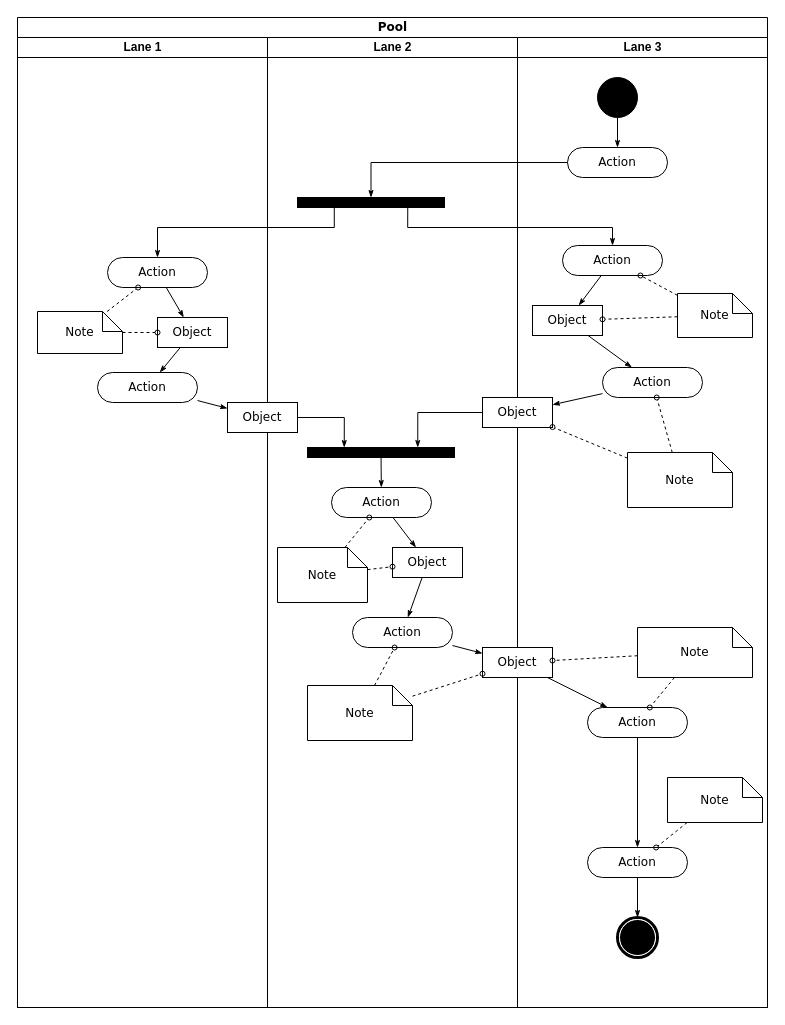
tatho-97/Thi-t-k-v-m-h-nh-h-a-ph-n-m-m keeps this draw.io diagram as Untitled Diagram.drawio. Above is the earlier version. Source tidied: cells renumbered, new cells numbered last; positions are measured from the earlier drawing's top-left corner, leaving out a move shared by most shapes. Both pictures are drawn from the tidied source at 100%, with x=0, y=0 at pixel (17, 17).
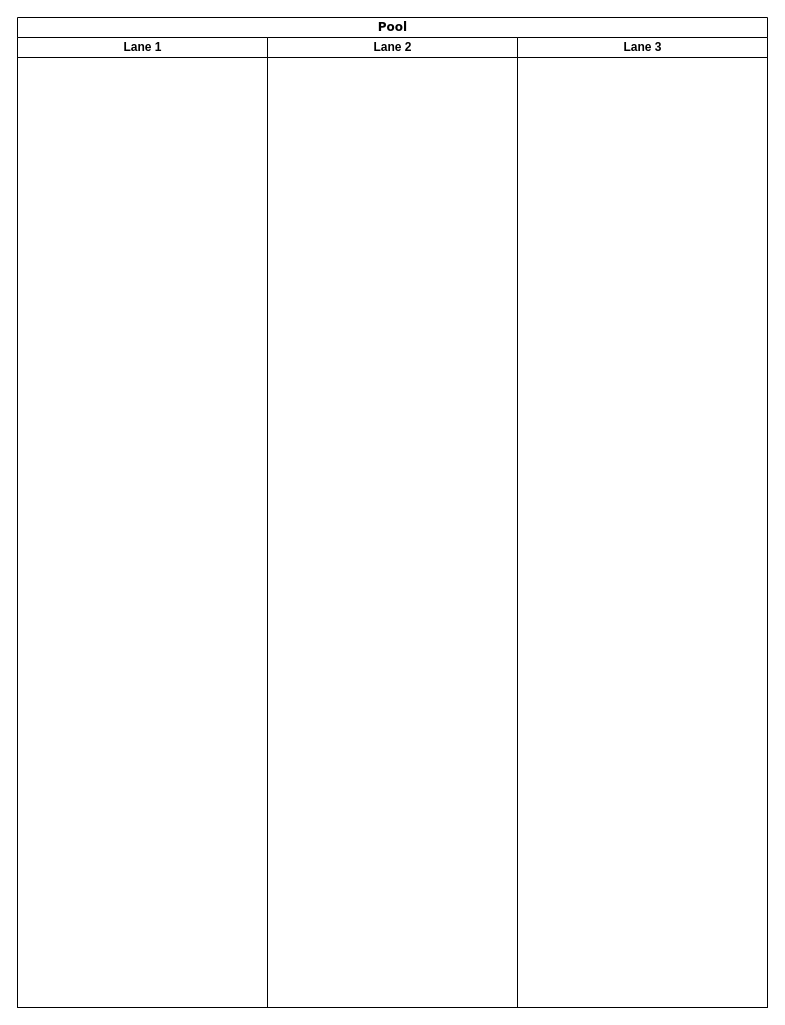
The same diagram, later.

The change refers to these unchanged cells:
```xml
<mxCell id="2" value="Pool" style="swimlane;html=1;startSize=20;rounded=0;shadow=0;comic=0;labelBackgroundColor=none;strokeWidth=1;fontFamily=Verdana;fontSize=12;align=center;" parent="1" vertex="1">
  <mxGeometry width="750" height="990" as="geometry" />
</mxCell>
<mxCell id="3" value="Lane 1" style="swimlane;html=1;startSize=20;" parent="2" vertex="1">
  <mxGeometry y="20" width="250" height="970" as="geometry" />
</mxCell>
<mxCell id="12" value="Lane 2" style="swimlane;html=1;startSize=20;" parent="2" vertex="1">
  <mxGeometry x="250" y="20" width="250" height="970" as="geometry" />
</mxCell>
<mxCell id="28" value="Lane 3" style="swimlane;html=1;startSize=20;" parent="2" vertex="1">
  <mxGeometry x="500" y="20" width="250" height="970" as="geometry" />
</mxCell>
```

The edit, as a diff of the source:
```diff
@@
-    <mxCell id="4" style="edgeStyle=none;rounded=0;html=1;labelBackgroundColor=none;startArrow=none;startFill=0;startSize=5;endArrow=classicThin;endFill=1;endSize=5;jettySize=auto;strokeWidth=1;fontFamily=Verdana;fontSize=12;" parent="3" edge="1" source="5" target="8">
-      <mxGeometry relative="1" as="geometry" />
-    </mxCell>
-    <mxCell id="5" value="Action" style="rounded=1;whiteSpace=wrap;html=1;shadow=0;comic=0;labelBackgroundColor=none;strokeWidth=1;fontFamily=Verdana;fontSize=12;align=center;arcSize=50;" parent="3" vertex="1">
-      <mxGeometry x="90" y="220" width="100" height="30" as="geometry" />
-    </mxCell>
-    <mxCell id="6" value="Action" style="rounded=1;whiteSpace=wrap;html=1;shadow=0;comic=0;labelBackgroundColor=none;strokeWidth=1;fontFamily=Verdana;fontSize=12;align=center;arcSize=50;" parent="3" vertex="1">
-      <mxGeometry x="80" y="335" width="100" height="30" as="geometry" />
-    </mxCell>
-    <mxCell id="7" style="edgeStyle=none;rounded=0;html=1;labelBackgroundColor=none;startArrow=none;startFill=0;startSize=5;endArrow=classicThin;endFill=1;endSize=5;jettySize=auto;strokeWidth=1;fontFamily=Verdana;fontSize=12;" parent="3" edge="1" source="8" target="6">
-      <mxGeometry relative="1" as="geometry" />
-    </mxCell>
-    <mxCell id="8" value="Object" style="rounded=0;whiteSpace=wrap;html=1;shadow=0;comic=0;labelBackgroundColor=none;strokeWidth=1;fontFamily=Verdana;fontSize=12;align=center;arcSize=50;" parent="3" vertex="1">
-      <mxGeometry x="140" y="280" width="70" height="30" as="geometry" />
-    </mxCell>
-    <mxCell id="9" style="edgeStyle=none;rounded=0;html=1;labelBackgroundColor=none;startArrow=none;startFill=0;startSize=5;endArrow=oval;endFill=0;endSize=5;jettySize=auto;strokeWidth=1;fontFamily=Verdana;fontSize=12;dashed=1;" parent="3" edge="1" source="11" target="5">
-      <mxGeometry relative="1" as="geometry" />
-    </mxCell>
-    <mxCell id="10" style="edgeStyle=none;rounded=0;html=1;dashed=1;labelBackgroundColor=none;startArrow=none;startFill=0;startSize=5;endArrow=oval;endFill=0;endSize=5;jettySize=auto;strokeWidth=1;fontFamily=Verdana;fontSize=12;" parent="3" edge="1" source="11" target="8">
-      <mxGeometry relative="1" as="geometry" />
-    </mxCell>
-    <mxCell id="11" value="Note" style="shape=note;whiteSpace=wrap;html=1;rounded=0;shadow=0;comic=0;labelBackgroundColor=none;strokeWidth=1;fontFamily=Verdana;fontSize=12;align=center;size=20;" parent="3" vertex="1">
-      <mxGeometry x="20" y="274" width="85" height="42" as="geometry" />
-    </mxCell>
@@
-    <mxCell id="13" style="whiteSpace=wrap;html=1;rounded=0;shadow=0;comic=0;labelBackgroundColor=none;strokeWidth=1;fillColor=#000000;fontFamily=Verdana;fontSize=12;align=center;rotation=0;" parent="12" vertex="1">
-      <mxGeometry x="30" y="160" width="147" height="10" as="geometry" />
-    </mxCell>
-    <mxCell id="14" style="edgeStyle=none;rounded=0;html=1;labelBackgroundColor=none;startArrow=none;startFill=0;startSize=5;endArrow=classicThin;endFill=1;endSize=5;jettySize=auto;strokeWidth=1;fontFamily=Verdana;fontSize=12;" parent="12" edge="1" source="15" target="21">
-      <mxGeometry relative="1" as="geometry" />
-    </mxCell>
-    <mxCell id="15" value="Action" style="rounded=1;whiteSpace=wrap;html=1;shadow=0;comic=0;labelBackgroundColor=none;strokeWidth=1;fontFamily=Verdana;fontSize=12;align=center;arcSize=50;" parent="12" vertex="1">
-      <mxGeometry x="64" y="450" width="100" height="30" as="geometry" />
-    </mxCell>
-    <mxCell id="16" style="edgeStyle=none;rounded=0;html=1;labelBackgroundColor=none;startArrow=none;startFill=0;startSize=5;endArrow=classicThin;endFill=1;endSize=5;jettySize=auto;strokeWidth=1;fontFamily=Verdana;fontSize=12;" parent="12" edge="1" source="17" target="15">
-      <mxGeometry relative="1" as="geometry" />
-    </mxCell>
-    <mxCell id="17" style="whiteSpace=wrap;html=1;rounded=0;shadow=0;comic=0;labelBackgroundColor=none;strokeWidth=1;fillColor=#000000;fontFamily=Verdana;fontSize=12;align=center;rotation=0;" parent="12" vertex="1">
-      <mxGeometry x="40" y="410" width="147" height="10" as="geometry" />
-    </mxCell>
-    <mxCell id="18" style="edgeStyle=orthogonalEdgeStyle;rounded=0;html=1;entryX=0.25;entryY=0;labelBackgroundColor=none;startArrow=none;startFill=0;startSize=5;endArrow=classicThin;endFill=1;endSize=5;jettySize=auto;strokeWidth=1;fontFamily=Verdana;fontSize=12;" parent="12" edge="1" source="19" target="17">
-      <mxGeometry relative="1" as="geometry" />
-    </mxCell>
-    <mxCell id="19" value="Object" style="rounded=0;whiteSpace=wrap;html=1;shadow=0;comic=0;labelBackgroundColor=none;strokeWidth=1;fontFamily=Verdana;fontSize=12;align=center;arcSize=50;" parent="12" vertex="1">
-      <mxGeometry x="-40" y="365" width="70" height="30" as="geometry" />
-    </mxCell>
-    <mxCell id="20" style="edgeStyle=none;rounded=0;html=1;labelBackgroundColor=none;startArrow=none;startFill=0;startSize=5;endArrow=classicThin;endFill=1;endSize=5;jettySize=auto;strokeWidth=1;fontFamily=Verdana;fontSize=12;" parent="12" edge="1" source="21" target="22">
-      <mxGeometry relative="1" as="geometry" />
-    </mxCell>
-    <mxCell id="21" value="Object" style="rounded=0;whiteSpace=wrap;html=1;shadow=0;comic=0;labelBackgroundColor=none;strokeWidth=1;fontFamily=Verdana;fontSize=12;align=center;arcSize=50;" parent="12" vertex="1">
-      <mxGeometry x="125" y="510" width="70" height="30" as="geometry" />
-    </mxCell>
-    <mxCell id="22" value="Action" style="rounded=1;whiteSpace=wrap;html=1;shadow=0;comic=0;labelBackgroundColor=none;strokeWidth=1;fontFamily=Verdana;fontSize=12;align=center;arcSize=50;" parent="12" vertex="1">
-      <mxGeometry x="85" y="580" width="100" height="30" as="geometry" />
-    </mxCell>
-    <mxCell id="23" style="edgeStyle=none;rounded=0;html=1;dashed=1;labelBackgroundColor=none;startArrow=none;startFill=0;startSize=5;endArrow=oval;endFill=0;endSize=5;jettySize=auto;strokeWidth=1;fontFamily=Verdana;fontSize=12;" parent="12" edge="1" source="25" target="15">
-      <mxGeometry relative="1" as="geometry" />
-    </mxCell>
-    <mxCell id="24" style="edgeStyle=none;rounded=0;html=1;dashed=1;labelBackgroundColor=none;startArrow=none;startFill=0;startSize=5;endArrow=oval;endFill=0;endSize=5;jettySize=auto;strokeWidth=1;fontFamily=Verdana;fontSize=12;" parent="12" edge="1" source="25" target="21">
-      <mxGeometry relative="1" as="geometry" />
-    </mxCell>
-    <mxCell id="25" value="Note" style="shape=note;whiteSpace=wrap;html=1;rounded=0;shadow=0;comic=0;labelBackgroundColor=none;strokeWidth=1;fontFamily=Verdana;fontSize=12;align=center;size=20;" parent="12" vertex="1">
-      <mxGeometry x="10" y="510" width="90" height="55" as="geometry" />
-    </mxCell>
-    <mxCell id="26" style="edgeStyle=none;rounded=0;html=1;dashed=1;labelBackgroundColor=none;startArrow=none;startFill=0;startSize=5;endArrow=oval;endFill=0;endSize=5;jettySize=auto;strokeWidth=1;fontFamily=Verdana;fontSize=12;" parent="12" edge="1" source="27" target="22">
-      <mxGeometry relative="1" as="geometry" />
-    </mxCell>
-    <mxCell id="27" value="Note" style="shape=note;whiteSpace=wrap;html=1;rounded=0;shadow=0;comic=0;labelBackgroundColor=none;strokeWidth=1;fontFamily=Verdana;fontSize=12;align=center;size=20;" parent="12" vertex="1">
-      <mxGeometry x="40" y="648" width="105" height="55" as="geometry" />
-    </mxCell>
@@
-    <mxCell id="29" style="edgeStyle=orthogonalEdgeStyle;rounded=0;html=1;labelBackgroundColor=none;startArrow=none;startFill=0;startSize=5;endArrow=classicThin;endFill=1;endSize=5;jettySize=auto;strokeWidth=1;fontFamily=Verdana;fontSize=12;" parent="28" edge="1" source="30" target="31">
-      <mxGeometry relative="1" as="geometry" />
-    </mxCell>
-    <mxCell id="30" style="ellipse;whiteSpace=wrap;html=1;rounded=0;shadow=0;comic=0;labelBackgroundColor=none;strokeWidth=1;fillColor=#000000;fontFamily=Verdana;fontSize=12;align=center;" parent="28" vertex="1">
-      <mxGeometry x="80" y="40" width="40" height="40" as="geometry" />
-    </mxCell>
-    <mxCell id="31" value="Action" style="rounded=1;whiteSpace=wrap;html=1;shadow=0;comic=0;labelBackgroundColor=none;strokeWidth=1;fontFamily=Verdana;fontSize=12;align=center;arcSize=50;" parent="28" vertex="1">
-      <mxGeometry x="50" y="110" width="100" height="30" as="geometry" />
-    </mxCell>
-    <mxCell id="32" style="rounded=0;html=1;labelBackgroundColor=none;startArrow=none;startFill=0;startSize=5;endArrow=classicThin;endFill=1;endSize=5;jettySize=auto;strokeWidth=1;fontFamily=Verdana;fontSize=12;" parent="28" edge="1" source="33" target="37">
-      <mxGeometry relative="1" as="geometry" />
-    </mxCell>
-    <mxCell id="33" value="Action" style="rounded=1;whiteSpace=wrap;html=1;shadow=0;comic=0;labelBackgroundColor=none;strokeWidth=1;fontFamily=Verdana;fontSize=12;align=center;arcSize=50;" parent="28" vertex="1">
-      <mxGeometry x="45" y="208" width="100" height="30" as="geometry" />
-    </mxCell>
-    <mxCell id="34" style="edgeStyle=none;rounded=0;html=1;labelBackgroundColor=none;startArrow=none;startFill=0;startSize=5;endArrow=classicThin;endFill=1;endSize=5;jettySize=auto;strokeWidth=1;fontFamily=Verdana;fontSize=12;" parent="28" edge="1" source="35" target="38">
-      <mxGeometry relative="1" as="geometry" />
-    </mxCell>
-    <mxCell id="35" value="Action" style="rounded=1;whiteSpace=wrap;html=1;shadow=0;comic=0;labelBackgroundColor=none;strokeWidth=1;fontFamily=Verdana;fontSize=12;align=center;arcSize=50;" parent="28" vertex="1">
-      <mxGeometry x="85" y="330" width="100" height="30" as="geometry" />
-    </mxCell>
-    <mxCell id="36" style="edgeStyle=none;rounded=0;html=1;labelBackgroundColor=none;startArrow=none;startFill=0;startSize=5;endArrow=classicThin;endFill=1;endSize=5;jettySize=auto;strokeWidth=1;fontFamily=Verdana;fontSize=12;" parent="28" edge="1" source="37" target="35">
-      <mxGeometry relative="1" as="geometry" />
-    </mxCell>
-    <mxCell id="37" value="Object" style="rounded=0;whiteSpace=wrap;html=1;shadow=0;comic=0;labelBackgroundColor=none;strokeWidth=1;fontFamily=Verdana;fontSize=12;align=center;arcSize=50;" parent="28" vertex="1">
-      <mxGeometry x="15" y="268" width="70" height="30" as="geometry" />
-    </mxCell>
-    <mxCell id="38" value="Object" style="rounded=0;whiteSpace=wrap;html=1;shadow=0;comic=0;labelBackgroundColor=none;strokeWidth=1;fontFamily=Verdana;fontSize=12;align=center;arcSize=50;" parent="28" vertex="1">
-      <mxGeometry x="-35" y="360" width="70" height="30" as="geometry" />
-    </mxCell>
-    <mxCell id="39" style="edgeStyle=none;rounded=0;html=1;labelBackgroundColor=none;startArrow=none;startFill=0;startSize=5;endArrow=classicThin;endFill=1;endSize=5;jettySize=auto;strokeWidth=1;fontFamily=Verdana;fontSize=12;" parent="28" edge="1" source="40" target="42">
-      <mxGeometry relative="1" as="geometry" />
-    </mxCell>
-    <mxCell id="40" value="Object" style="rounded=0;whiteSpace=wrap;html=1;shadow=0;comic=0;labelBackgroundColor=none;strokeWidth=1;fontFamily=Verdana;fontSize=12;align=center;arcSize=50;" parent="28" vertex="1">
-      <mxGeometry x="-35" y="610" width="70" height="30" as="geometry" />
-    </mxCell>
-    <mxCell id="41" style="edgeStyle=none;rounded=0;html=1;labelBackgroundColor=none;startArrow=none;startFill=0;startSize=5;endArrow=classicThin;endFill=1;endSize=5;jettySize=auto;strokeWidth=1;fontFamily=Verdana;fontSize=12;" parent="28" edge="1" source="42" target="44">
-      <mxGeometry relative="1" as="geometry" />
-    </mxCell>
-    <mxCell id="42" value="Action" style="rounded=1;whiteSpace=wrap;html=1;shadow=0;comic=0;labelBackgroundColor=none;strokeWidth=1;fontFamily=Verdana;fontSize=12;align=center;arcSize=50;" parent="28" vertex="1">
-      <mxGeometry x="70" y="670" width="100" height="30" as="geometry" />
-    </mxCell>
-    <mxCell id="43" style="edgeStyle=none;rounded=0;html=1;labelBackgroundColor=none;startArrow=none;startFill=0;startSize=5;endArrow=classicThin;endFill=1;endSize=5;jettySize=auto;strokeWidth=1;fontFamily=Verdana;fontSize=12;" parent="28" edge="1" source="44" target="45">
-      <mxGeometry relative="1" as="geometry" />
-    </mxCell>
-    <mxCell id="44" value="Action" style="rounded=1;whiteSpace=wrap;html=1;shadow=0;comic=0;labelBackgroundColor=none;strokeWidth=1;fontFamily=Verdana;fontSize=12;align=center;arcSize=50;" parent="28" vertex="1">
-      <mxGeometry x="70" y="810" width="100" height="30" as="geometry" />
-    </mxCell>
-    <mxCell id="45" style="shape=mxgraph.bpmn.shape;html=1;verticalLabelPosition=bottom;labelBackgroundColor=#ffffff;verticalAlign=top;perimeter=ellipsePerimeter;outline=end;symbol=terminate;rounded=0;shadow=0;comic=0;strokeWidth=1;fontFamily=Verdana;fontSize=12;align=center;" parent="28" vertex="1">
-      <mxGeometry x="100" y="880" width="40" height="40" as="geometry" />
-    </mxCell>
-    <mxCell id="46" style="edgeStyle=none;rounded=0;html=1;dashed=1;labelBackgroundColor=none;startArrow=none;startFill=0;startSize=5;endArrow=oval;endFill=0;endSize=5;jettySize=auto;strokeWidth=1;fontFamily=Verdana;fontSize=12;" parent="28" edge="1" source="48" target="33">
-      <mxGeometry relative="1" as="geometry" />
-    </mxCell>
-    <mxCell id="47" style="edgeStyle=none;rounded=0;html=1;dashed=1;labelBackgroundColor=none;startArrow=none;startFill=0;startSize=5;endArrow=oval;endFill=0;endSize=5;jettySize=auto;strokeWidth=1;fontFamily=Verdana;fontSize=12;" parent="28" edge="1" source="48" target="37">
-      <mxGeometry relative="1" as="geometry" />
-    </mxCell>
-    <mxCell id="48" value="Note" style="shape=note;whiteSpace=wrap;html=1;rounded=0;shadow=0;comic=0;labelBackgroundColor=none;strokeWidth=1;fontFamily=Verdana;fontSize=12;align=center;size=20;" parent="28" vertex="1">
-      <mxGeometry x="160" y="256" width="75" height="44" as="geometry" />
-    </mxCell>
-    <mxCell id="49" style="edgeStyle=none;rounded=0;html=1;dashed=1;labelBackgroundColor=none;startArrow=none;startFill=0;startSize=5;endArrow=oval;endFill=0;endSize=5;jettySize=auto;strokeWidth=1;fontFamily=Verdana;fontSize=12;" parent="28" edge="1" source="51" target="35">
-      <mxGeometry relative="1" as="geometry" />
-    </mxCell>
-    <mxCell id="50" style="edgeStyle=none;rounded=0;html=1;dashed=1;labelBackgroundColor=none;startArrow=none;startFill=0;startSize=5;endArrow=oval;endFill=0;endSize=5;jettySize=auto;strokeWidth=1;fontFamily=Verdana;fontSize=12;" parent="28" edge="1" source="51" target="38">
-      <mxGeometry relative="1" as="geometry" />
-    </mxCell>
-    <mxCell id="51" value="Note" style="shape=note;whiteSpace=wrap;html=1;rounded=0;shadow=0;comic=0;labelBackgroundColor=none;strokeWidth=1;fontFamily=Verdana;fontSize=12;align=center;size=20;" parent="28" vertex="1">
-      <mxGeometry x="110" y="415" width="105" height="55" as="geometry" />
-    </mxCell>
-    <mxCell id="52" style="edgeStyle=none;rounded=0;html=1;dashed=1;labelBackgroundColor=none;startArrow=none;startFill=0;startSize=5;endArrow=oval;endFill=0;endSize=5;jettySize=auto;strokeWidth=1;fontFamily=Verdana;fontSize=12;" parent="28" edge="1" source="54" target="42">
-      <mxGeometry relative="1" as="geometry" />
-    </mxCell>
-    <mxCell id="53" style="edgeStyle=none;rounded=0;html=1;dashed=1;labelBackgroundColor=none;startArrow=none;startFill=0;startSize=5;endArrow=oval;endFill=0;endSize=5;jettySize=auto;strokeWidth=1;fontFamily=Verdana;fontSize=12;" parent="28" edge="1" source="54" target="40">
-      <mxGeometry relative="1" as="geometry" />
-    </mxCell>
-    <mxCell id="54" value="Note" style="shape=note;whiteSpace=wrap;html=1;rounded=0;shadow=0;comic=0;labelBackgroundColor=none;strokeWidth=1;fontFamily=Verdana;fontSize=12;align=center;size=20;" parent="28" vertex="1">
-      <mxGeometry x="120" y="590" width="115" height="50" as="geometry" />
-    </mxCell>
-    <mxCell id="55" style="edgeStyle=none;rounded=0;html=1;dashed=1;labelBackgroundColor=none;startArrow=none;startFill=0;startSize=5;endArrow=oval;endFill=0;endSize=5;jettySize=auto;strokeWidth=1;fontFamily=Verdana;fontSize=12;" parent="28" edge="1" source="56" target="44">
-      <mxGeometry relative="1" as="geometry" />
-    </mxCell>
-    <mxCell id="56" value="Note" style="shape=note;whiteSpace=wrap;html=1;rounded=0;shadow=0;comic=0;labelBackgroundColor=none;strokeWidth=1;fontFamily=Verdana;fontSize=12;align=center;size=20;" parent="28" vertex="1">
-      <mxGeometry x="150" y="740" width="95" height="45" as="geometry" />
-    </mxCell>
-    <mxCell id="57" style="edgeStyle=orthogonalEdgeStyle;rounded=0;html=1;entryX=0.5;entryY=0;labelBackgroundColor=none;startArrow=none;startFill=0;startSize=5;endArrow=classicThin;endFill=1;endSize=5;jettySize=auto;strokeWidth=1;fontFamily=Verdana;fontSize=12;" parent="2" edge="1" source="31" target="13">
-      <mxGeometry relative="1" as="geometry">
-        <Array as="points">
-          <mxPoint x="354" y="145" />
-        </Array>
-      </mxGeometry>
-    </mxCell>
-    <mxCell id="58" style="edgeStyle=orthogonalEdgeStyle;rounded=0;html=1;exitX=0.75;exitY=1;labelBackgroundColor=none;startArrow=none;startFill=0;startSize=5;endArrow=classicThin;endFill=1;endSize=5;jettySize=auto;strokeWidth=1;fontFamily=Verdana;fontSize=12;" parent="2" edge="1" source="13" target="33">
-      <mxGeometry relative="1" as="geometry">
-        <Array as="points">
-          <mxPoint x="390" y="210" />
-          <mxPoint x="595" y="210" />
-        </Array>
-      </mxGeometry>
-    </mxCell>
-    <mxCell id="59" style="edgeStyle=orthogonalEdgeStyle;rounded=0;html=1;exitX=0.25;exitY=1;entryX=0.5;entryY=0;labelBackgroundColor=none;startArrow=none;startFill=0;startSize=5;endArrow=classicThin;endFill=1;endSize=5;jettySize=auto;strokeWidth=1;fontFamily=Verdana;fontSize=12;" parent="2" edge="1" source="13" target="5">
-      <mxGeometry relative="1" as="geometry">
-        <Array as="points">
-          <mxPoint x="317" y="210" />
-          <mxPoint x="140" y="210" />
-        </Array>
-      </mxGeometry>
-    </mxCell>
-    <mxCell id="60" style="edgeStyle=orthogonalEdgeStyle;rounded=0;html=1;entryX=0.75;entryY=0;labelBackgroundColor=none;startArrow=none;startFill=0;startSize=5;endArrow=classicThin;endFill=1;endSize=5;jettySize=auto;strokeWidth=1;fontFamily=Verdana;fontSize=12;" parent="2" edge="1" source="38" target="17">
-      <mxGeometry relative="1" as="geometry" />
-    </mxCell>
-    <mxCell id="61" style="edgeStyle=none;rounded=0;html=1;labelBackgroundColor=none;startArrow=none;startFill=0;startSize=5;endArrow=classicThin;endFill=1;endSize=5;jettySize=auto;strokeWidth=1;fontFamily=Verdana;fontSize=12;" parent="2" edge="1" source="6" target="19">
-      <mxGeometry relative="1" as="geometry" />
-    </mxCell>
-    <mxCell id="62" style="edgeStyle=none;rounded=0;html=1;labelBackgroundColor=none;startArrow=none;startFill=0;startSize=5;endArrow=classicThin;endFill=1;endSize=5;jettySize=auto;strokeWidth=1;fontFamily=Verdana;fontSize=12;" parent="2" edge="1" source="22" target="40">
-      <mxGeometry relative="1" as="geometry" />
-    </mxCell>
-    <mxCell id="63" style="edgeStyle=none;rounded=0;html=1;dashed=1;labelBackgroundColor=none;startArrow=none;startFill=0;startSize=5;endArrow=oval;endFill=0;endSize=5;jettySize=auto;strokeWidth=1;fontFamily=Verdana;fontSize=12;" parent="2" edge="1" source="27" target="40">
-      <mxGeometry relative="1" as="geometry" />
-    </mxCell>
```
